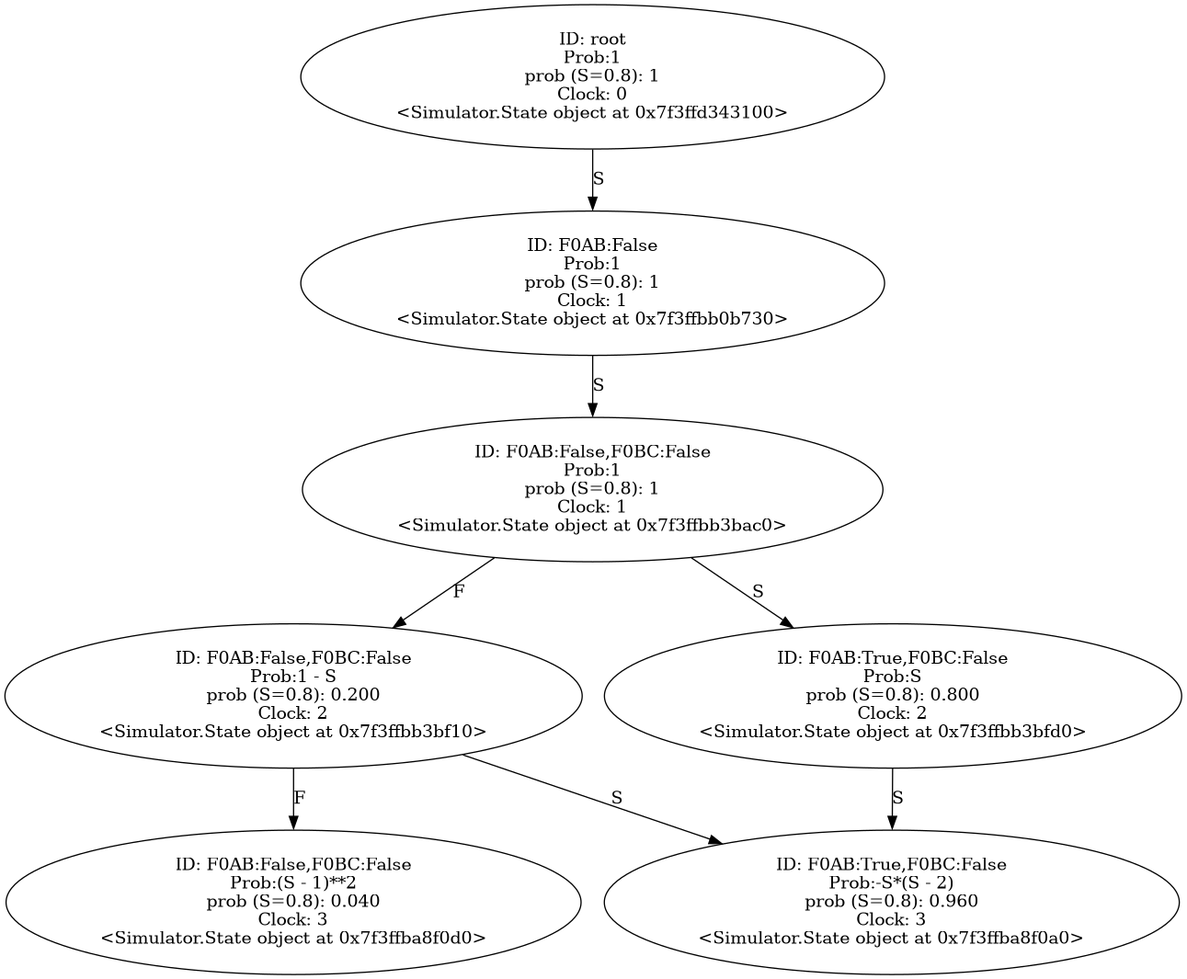
Earlier version of the Graphviz export Output/new_half_condition.wrp.gv.png (YasinBoloorchi/WARP-Simulator). Its source is kept beside it as Output/new_half_condition.wrp.gv.
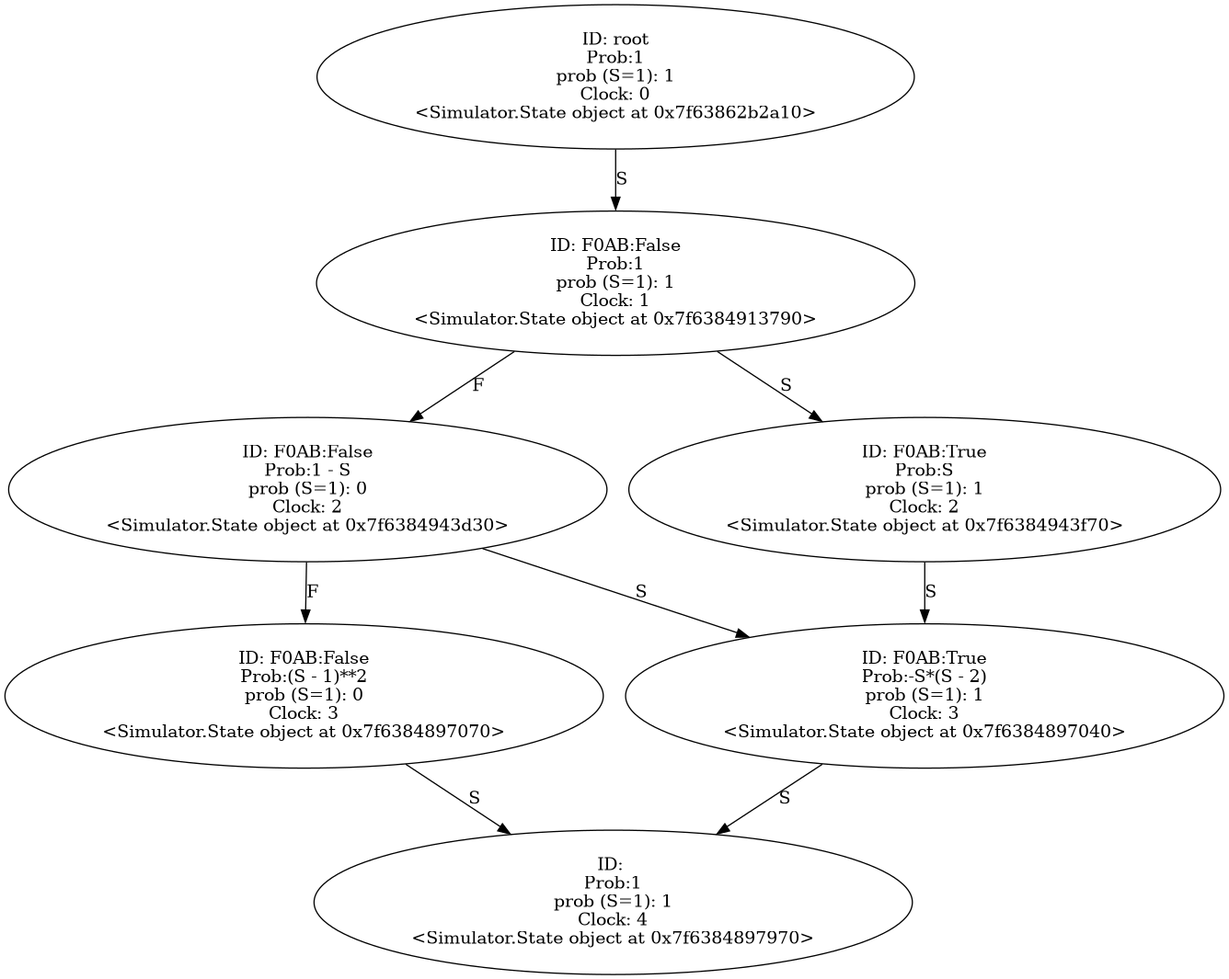
The same diagram one commit later.

Diff of the diagram source:
```diff
@@ -1,44 +1,45 @@
 digraph "./Output/new_half_condition.wrp" {
-	<Simulator.State object at 0x7f3ffd343100> [label="ID: root
+	<Simulator.State object at 0x7f63862b2a10> [label="ID: root
 Prob:1
-prob (S=0.8): 1
+prob (S=1): 1
 Clock: 0
-<Simulator.State object at 0x7f3ffd343100>"]
-	<Simulator.State object at 0x7f3ffd343100> -> <Simulator.State object at 0x7f3ffbb0b730> [label=S]
-	<Simulator.State object at 0x7f3ffbb0b730> [label="ID: F0AB:False
+<Simulator.State object at 0x7f63862b2a10>"]
+	<Simulator.State object at 0x7f63862b2a10> -> <Simulator.State object at 0x7f6384913790> [label=S]
+	<Simulator.State object at 0x7f6384913790> [label="ID: F0AB:False
 Prob:1
-prob (S=0.8): 1
+prob (S=1): 1
 Clock: 1
-<Simulator.State object at 0x7f3ffbb0b730>"]
-	<Simulator.State object at 0x7f3ffbb0b730> -> <Simulator.State object at 0x7f3ffbb3bac0> [label=S]
-	<Simulator.State object at 0x7f3ffbb3bac0> [label="ID: F0AB:False,F0BC:False
+<Simulator.State object at 0x7f6384913790>"]
+	<Simulator.State object at 0x7f6384913790> -> <Simulator.State object at 0x7f6384943d30> [label=F]
+	<Simulator.State object at 0x7f6384913790> -> <Simulator.State object at 0x7f6384943f70> [label=S]
+	<Simulator.State object at 0x7f6384943d30> [label="ID: F0AB:False
+Prob:1 - S
+prob (S=1): 0
+Clock: 2
+<Simulator.State object at 0x7f6384943d30>"]
+	<Simulator.State object at 0x7f6384943d30> -> <Simulator.State object at 0x7f6384897070> [label=F]
+	<Simulator.State object at 0x7f6384943d30> -> <Simulator.State object at 0x7f6384897040> [label=S]
+	<Simulator.State object at 0x7f6384943f70> [label="ID: F0AB:True
+Prob:S
+prob (S=1): 1
+Clock: 2
+<Simulator.State object at 0x7f6384943f70>"]
+	<Simulator.State object at 0x7f6384943f70> -> <Simulator.State object at 0x7f6384897040> [label=S]
+	<Simulator.State object at 0x7f6384897070> [label="ID: F0AB:False
+Prob:(S - 1)**2
+prob (S=1): 0
+Clock: 3
+<Simulator.State object at 0x7f6384897070>"]
+	<Simulator.State object at 0x7f6384897070> -> <Simulator.State object at 0x7f6384897970> [label=S]
+	<Simulator.State object at 0x7f6384897040> [label="ID: F0AB:True
+Prob:-S*(S - 2)
+prob (S=1): 1
+Clock: 3
+<Simulator.State object at 0x7f6384897040>"]
+	<Simulator.State object at 0x7f6384897040> -> <Simulator.State object at 0x7f6384897970> [label=S]
+	<Simulator.State object at 0x7f6384897970> [label="ID:
 Prob:1
-prob (S=0.8): 1
-Clock: 1
-<Simulator.State object at 0x7f3ffbb3bac0>"]
-	<Simulator.State object at 0x7f3ffbb3bac0> -> <Simulator.State object at 0x7f3ffbb3bf10> [label=F]
-	<Simulator.State object at 0x7f3ffbb3bac0> -> <Simulator.State object at 0x7f3ffbb3bfd0> [label=S]
-	<Simulator.State object at 0x7f3ffbb3bf10> [label="ID: F0AB:False,F0BC:False
-Prob:1 - S
-prob (S=0.8): 0.200
-Clock: 2
-<Simulator.State object at 0x7f3ffbb3bf10>"]
-	<Simulator.State object at 0x7f3ffbb3bf10> -> <Simulator.State object at 0x7f3ffba8f0d0> [label=F]
-	<Simulator.State object at 0x7f3ffbb3bf10> -> <Simulator.State object at 0x7f3ffba8f0a0> [label=S]
-	<Simulator.State object at 0x7f3ffbb3bfd0> [label="ID: F0AB:True,F0BC:False
-Prob:S
-prob (S=0.8): 0.800
-Clock: 2
-<Simulator.State object at 0x7f3ffbb3bfd0>"]
-	<Simulator.State object at 0x7f3ffbb3bfd0> -> <Simulator.State object at 0x7f3ffba8f0a0> [label=S]
-	<Simulator.State object at 0x7f3ffba8f0d0> [label="ID: F0AB:False,F0BC:False
-Prob:(S - 1)**2
-prob (S=0.8): 0.040
-Clock: 3
-<Simulator.State object at 0x7f3ffba8f0d0>"]
-	<Simulator.State object at 0x7f3ffba8f0a0> [label="ID: F0AB:True,F0BC:False
-Prob:-S*(S - 2)
-prob (S=0.8): 0.960
-Clock: 3
-<Simulator.State object at 0x7f3ffba8f0a0>"]
+prob (S=1): 1
+Clock: 4
+<Simulator.State object at 0x7f6384897970>"]
 }
```
